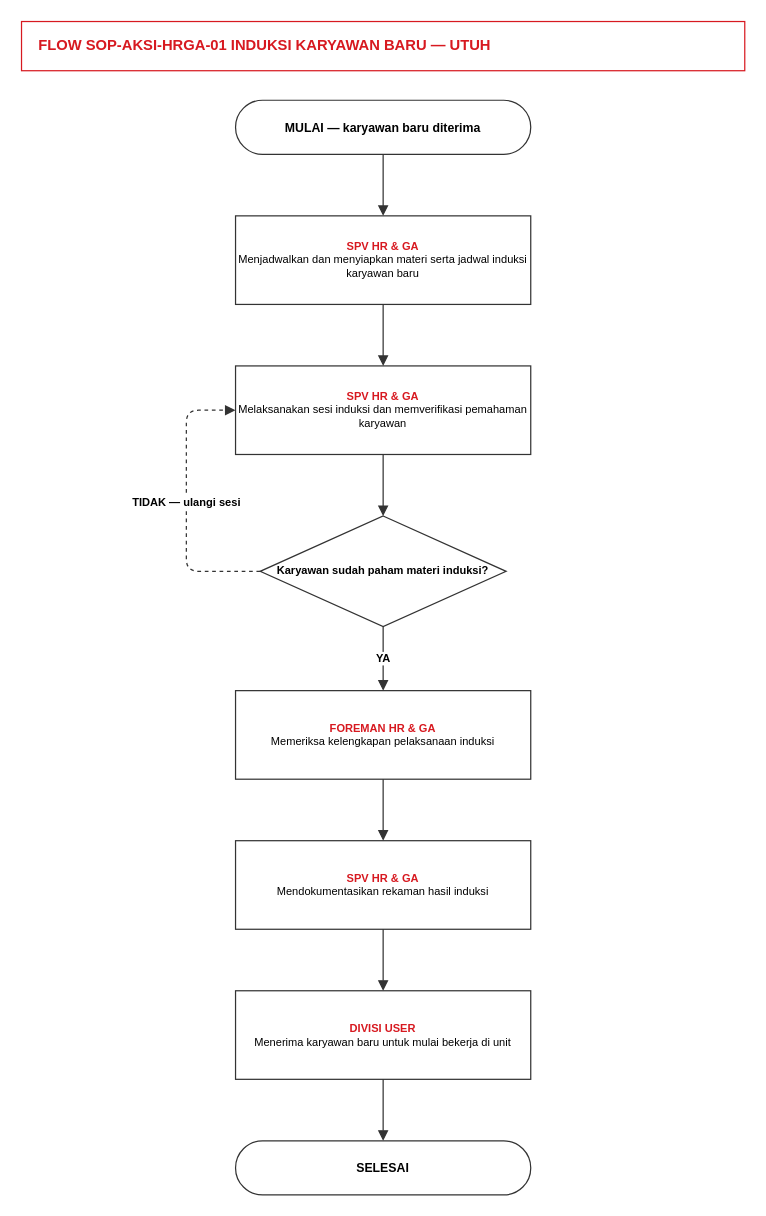
Before: page "HRGA-01 (Utuh)" (1 of 2) of flow_sop_aksi_hrga_01_induksi_karyawan_baru.drawio in Sleoleee/nabihaosel, a draw.io diagram. Source tidied: cells renumbered, new cells numbered last; positions are measured from the earlier drawing's top-left corner, leaving out a move shared by most shapes. Both pictures are drawn from the tidied source at 123%, with x=0, y=0 at pixel (21, 21).
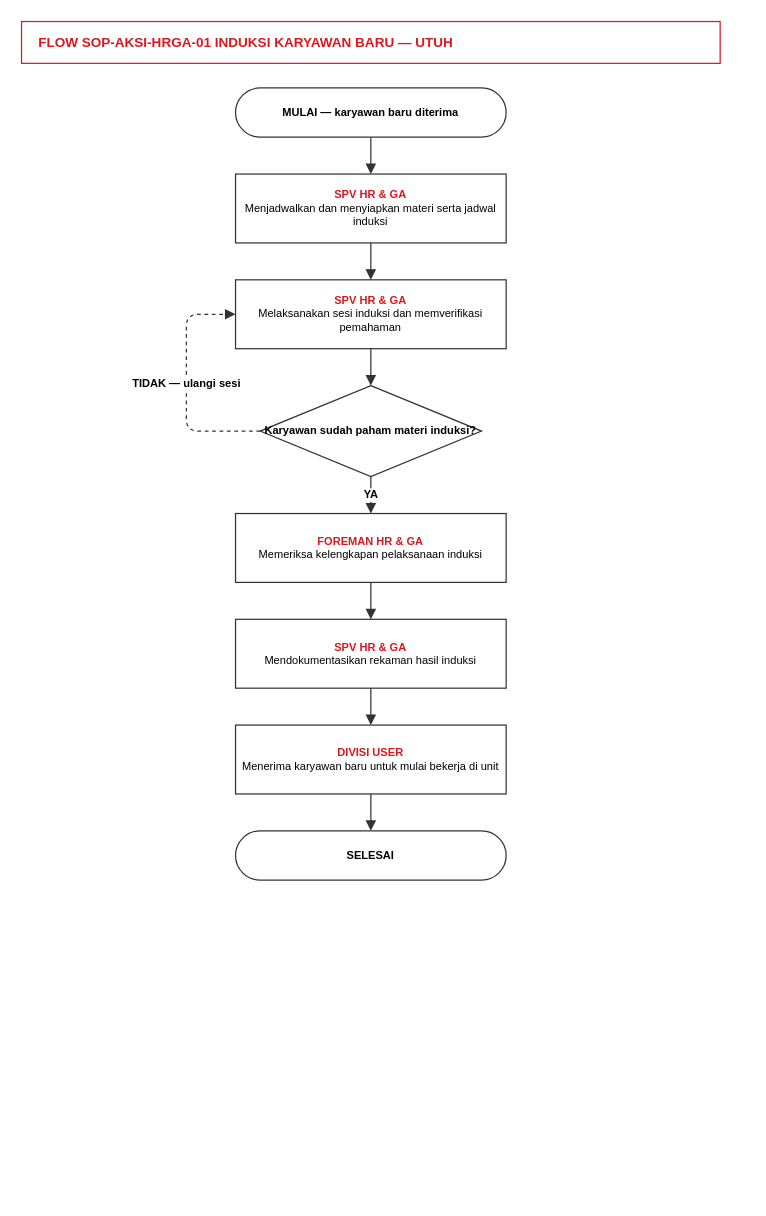
After the change.

Commit message:
Revise SOP-AKSI-HRGA-01: smaller boxes, single-page Word layout

Shrink boxes (220x56, font 9) so the full 8-row flow fits one column in
a single 15x20 cm Word page; drop the A/B split for this short SOP.

Claude-Session: https://claude.ai/code/session_01HJWC5kp9zusqWAvyiQodUd

Diff of the diagram source:
```diff
@@
-    <mxCell id="2" value="FLOW SOP-AKSI-HRGA-01 INDUKSI KARYAWAN BARU — UTUH" style="rounded=0;whiteSpace=wrap;html=1;fillColor=#FFFFFF;strokeColor=#D71920;fontColor=#D71920;fontStyle=1;fontSize=12;align=left;spacingLeft=12;" parent="1" vertex="1">
-      <mxGeometry width="588" height="40" as="geometry" />
+    <mxCell id="2" value="FLOW SOP-AKSI-HRGA-01 INDUKSI KARYAWAN BARU — UTUH" style="rounded=0;whiteSpace=wrap;html=1;fillColor=#FFFFFF;strokeColor=#D71920;fontColor=#D71920;fontStyle=1;fontSize=11;align=left;spacingLeft=12;" parent="1" vertex="1">
+      <mxGeometry width="568" height="34" as="geometry" />
     </mxCell>
-    <mxCell id="3" value="MULAI — karyawan baru diterima" style="rounded=1;arcSize=50;whiteSpace=wrap;html=1;fillColor=#FFFFFF;strokeColor=#333333;fontStyle=1;fontSize=10;" parent="1" vertex="1">
-      <mxGeometry x="174" y="64" width="240" height="44" as="geometry" />
+    <mxCell id="3" value="MULAI — karyawan baru diterima" style="rounded=1;arcSize=50;whiteSpace=wrap;html=1;fillColor=#FFFFFF;strokeColor=#333333;fontStyle=1;fontSize=9;" parent="1" vertex="1">
+      <mxGeometry x="174" y="54" width="220" height="40" as="geometry" />
     </mxCell>
-    <mxCell id="4" value="&lt;font color=&quot;#D71920&quot;&gt;&lt;b&gt;SPV HR &amp;amp; GA&lt;/b&gt;&lt;/font&gt;&lt;br&gt;Menjadwalkan dan menyiapkan materi serta jadwal induksi karyawan baru" style="rounded=0;whiteSpace=wrap;html=1;fillColor=#FFFFFF;strokeColor=#333333;fontSize=9;verticalAlign=middle;" parent="1" vertex="1">
-      <mxGeometry x="174" y="158" width="240" height="72" as="geometry" />
+    <mxCell id="4" value="&lt;font color=&quot;#D71920&quot;&gt;&lt;b&gt;SPV HR &amp;amp; GA&lt;/b&gt;&lt;/font&gt;&lt;br&gt;Menjadwalkan dan menyiapkan materi serta jadwal induksi" style="rounded=0;whiteSpace=wrap;html=1;fillColor=#FFFFFF;strokeColor=#333333;fontSize=9;verticalAlign=middle;" parent="1" vertex="1">
+      <mxGeometry x="174" y="124" width="220" height="56" as="geometry" />
     </mxCell>
-    <mxCell id="5" value="&lt;font color=&quot;#D71920&quot;&gt;&lt;b&gt;SPV HR &amp;amp; GA&lt;/b&gt;&lt;/font&gt;&lt;br&gt;Melaksanakan sesi induksi dan memverifikasi pemahaman karyawan" style="rounded=0;whiteSpace=wrap;html=1;fillColor=#FFFFFF;strokeColor=#333333;fontSize=9;verticalAlign=middle;" parent="1" vertex="1">
-      <mxGeometry x="174" y="280" width="240" height="72" as="geometry" />
+    <mxCell id="5" value="&lt;font color=&quot;#D71920&quot;&gt;&lt;b&gt;SPV HR &amp;amp; GA&lt;/b&gt;&lt;/font&gt;&lt;br&gt;Melaksanakan sesi induksi dan memverifikasi pemahaman" style="rounded=0;whiteSpace=wrap;html=1;fillColor=#FFFFFF;strokeColor=#333333;fontSize=9;verticalAlign=middle;" parent="1" vertex="1">
+      <mxGeometry x="174" y="210" width="220" height="56" as="geometry" />
     </mxCell>
     <mxCell id="6" value="Karyawan sudah paham materi induksi?" style="rhombus;whiteSpace=wrap;html=1;fillColor=#FFFFFF;strokeColor=#333333;fontSize=9;fontStyle=1;" parent="1" vertex="1">
-      <mxGeometry x="194" y="402" width="200" height="90" as="geometry" />
+      <mxGeometry x="194" y="296" width="180" height="74" as="geometry" />
     </mxCell>
     <mxCell id="7" value="&lt;font color=&quot;#D71920&quot;&gt;&lt;b&gt;FOREMAN HR &amp;amp; GA&lt;/b&gt;&lt;/font&gt;&lt;br&gt;Memeriksa kelengkapan pelaksanaan induksi" style="rounded=0;whiteSpace=wrap;html=1;fillColor=#FFFFFF;strokeColor=#333333;fontSize=9;verticalAlign=middle;" parent="1" vertex="1">
-      <mxGeometry x="174" y="544" width="240" height="72" as="geometry" />
+      <mxGeometry x="174" y="400" width="220" height="56" as="geometry" />
     </mxCell>
     <mxCell id="8" value="&lt;font color=&quot;#D71920&quot;&gt;&lt;b&gt;SPV HR &amp;amp; GA&lt;/b&gt;&lt;/font&gt;&lt;br&gt;Mendokumentasikan rekaman hasil induksi" style="rounded=0;whiteSpace=wrap;html=1;fillColor=#FFFFFF;strokeColor=#333333;fontSize=9;verticalAlign=middle;" parent="1" vertex="1">
-      <mxGeometry x="174" y="666" width="240" height="72" as="geometry" />
+      <mxGeometry x="174" y="486" width="220" height="56" as="geometry" />
     </mxCell>
     <mxCell id="9" value="&lt;font color=&quot;#D71920&quot;&gt;&lt;b&gt;DIVISI USER&lt;/b&gt;&lt;/font&gt;&lt;br&gt;Menerima karyawan baru untuk mulai bekerja di unit" style="rounded=0;whiteSpace=wrap;html=1;fillColor=#FFFFFF;strokeColor=#333333;fontSize=9;verticalAlign=middle;" parent="1" vertex="1">
-      <mxGeometry x="174" y="788" width="240" height="72" as="geometry" />
+      <mxGeometry x="174" y="572" width="220" height="56" as="geometry" />
     </mxCell>
-    <mxCell id="10" value="SELESAI" style="rounded=1;arcSize=50;whiteSpace=wrap;html=1;fillColor=#FFFFFF;strokeColor=#333333;fontStyle=1;fontSize=10;" parent="1" vertex="1">
-      <mxGeometry x="174" y="910" width="240" height="44" as="geometry" />
+    <mxCell id="10" value="SELESAI" style="rounded=1;arcSize=50;whiteSpace=wrap;html=1;fillColor=#FFFFFF;strokeColor=#333333;fontStyle=1;fontSize=9;" parent="1" vertex="1">
+      <mxGeometry x="174" y="658" width="220" height="40" as="geometry" />
     </mxCell>
@@
     <mxCell id="15" value="TIDAK — ulangi sesi" style="edgeStyle=orthogonalEdgeStyle;html=1;endArrow=block;endFill=1;strokeColor=#333333;fontStyle=1;fontSize=9;dashed=1;exitX=0;exitY=0.5;entryX=0;entryY=0.5;" parent="1" edge="1" source="6" target="5">
       <mxGeometry relative="1" as="geometry">
         <Array as="points">
-          <mxPoint x="134" y="447" />
-          <mxPoint x="134" y="316" />
+          <mxPoint x="134" y="333" />
+          <mxPoint x="134" y="238" />
         </Array>
       </mxGeometry>
     </mxCell>
```
